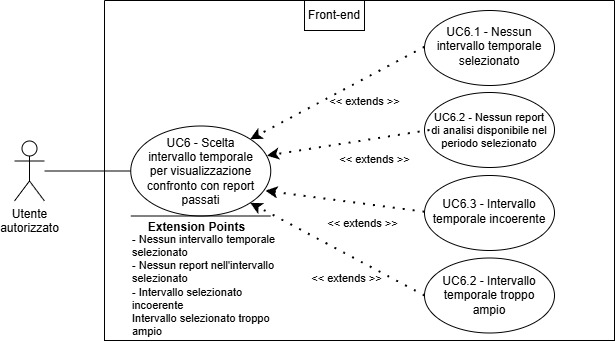
Above: assets/diagrams/UC6.png in SkarabGroup/DocumentazioneProgetto (draw.io), before the change. Source tidied: cells renumbered, new cells last; positions are measured from the earlier drawing's top-left corner, leaving out a move shared by most shapes.
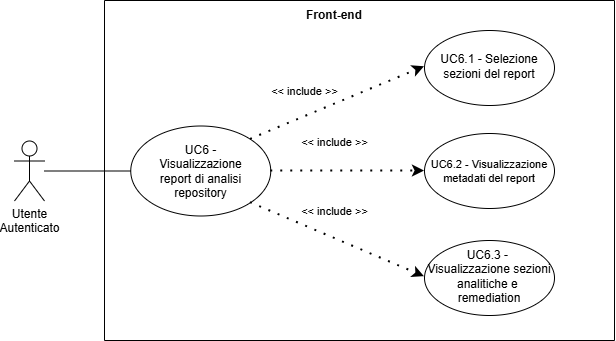
The same diagram one commit later.

What changed in the source:
```diff
@@ -2,7 +2,7 @@
   <root>
     <mxCell id="0" />
     <mxCell id="1" parent="0" />
-    <mxCell id="2" value="Utente&lt;div&gt;autorizzato&lt;/div&gt;" style="shape=umlActor;verticalLabelPosition=bottom;verticalAlign=top;html=1;outlineConnect=0;align=center;" parent="1" vertex="1">
+    <mxCell id="2" value="Utente&lt;div&gt;Autenticato&lt;/div&gt;" style="shape=umlActor;verticalLabelPosition=bottom;verticalAlign=top;html=1;outlineConnect=0;align=center;" parent="1" vertex="1">
       <mxGeometry y="140.5" width="30" height="60" as="geometry" />
     </mxCell>
     <mxCell id="3" style="swimlane;startSize=0;" parent="1" vertex="1">
@@ -11,64 +11,43 @@
     <mxCell id="4" style="ellipse;whiteSpace=wrap;html=1;" parent="3" vertex="1">
       <mxGeometry x="26.2" y="125.5" width="140" height="90" as="geometry" />
     </mxCell>
-    <mxCell id="5" value="&lt;div style=&quot;&quot;&gt;&lt;span style=&quot;background-color: transparent; color: light-dark(rgb(0, 0, 0), rgb(255, 255, 255));&quot;&gt;UC6 - Scelta intervallo temporale per visualizzazione confronto con report passati&lt;/span&gt;&lt;/div&gt;" style="text;html=1;align=center;verticalAlign=middle;whiteSpace=wrap;rounded=0;" parent="3" vertex="1">
+    <mxCell id="5" value="&lt;div style=&quot;&quot;&gt;&lt;span style=&quot;background-color: transparent; color: light-dark(rgb(0, 0, 0), rgb(255, 255, 255));&quot;&gt;UC6 - Visualizzazione report di analisi repository&lt;/span&gt;&lt;/div&gt;" style="text;html=1;align=center;verticalAlign=middle;whiteSpace=wrap;rounded=0;" parent="3" vertex="1">
       <mxGeometry x="38.8" y="135.5" width="115" height="70" as="geometry" />
     </mxCell>
-    <mxCell id="6" style="endArrow=none;html=1;rounded=0;" parent="3" edge="1">
-      <mxGeometry relative="1" as="geometry">
-        <mxPoint x="26.2" y="215.5" as="sourcePoint" />
-        <mxPoint x="166.2" y="215.5" as="targetPoint" />
-      </mxGeometry>
-    </mxCell>
-    <mxCell id="7" value="&lt;b&gt;&lt;font style=&quot;font-size: 12px;&quot;&gt;Extension Points&lt;/font&gt;&lt;/b&gt;" style="edgeLabel;html=1;align=center;verticalAlign=middle;" parent="6" vertex="1">
-      <mxGeometry x="0.65" relative="1" as="geometry">
-        <mxPoint x="-50" y="11" as="offset" />
-      </mxGeometry>
-    </mxCell>
-    <mxCell id="8" value="&lt;font&gt;- Nessun intervallo temporale selezionato&lt;/font&gt;&lt;div&gt;&lt;font&gt;- Nessun report nell'intervallo selezionato&lt;/font&gt;&lt;/div&gt;&lt;div&gt;&lt;font&gt;- Intervallo selezionato incoerente&lt;/font&gt;&lt;/div&gt;&lt;div&gt;&lt;font&gt;Intervallo selezionato troppo ampio&lt;/font&gt;&lt;/div&gt;" style="text;html=1;align=left;verticalAlign=middle;whiteSpace=wrap;rounded=0;fontSize=11;" parent="3" vertex="1">
-      <mxGeometry x="26.2" y="270" width="163.8" height="30" as="geometry" />
-    </mxCell>
-    <mxCell id="9" value="&amp;lt;&amp;lt; extends &amp;gt;&amp;gt;" style="endArrow=classic;startArrow=none;endFill=1;startFill=0;html=1;verticalAlign=bottom;dashed=1;labelBackgroundColor=none;rounded=0;dashPattern=1 4;curved=0;endSize=6;strokeWidth=2;entryX=1;entryY=0;entryDx=0;entryDy=0;exitX=0;exitY=0.5;exitDx=0;exitDy=0;" parent="3" edge="1" source="12" target="4">
-      <mxGeometry x="-0.16" y="28" relative="1" as="geometry" />
+    <mxCell id="9" value="&amp;lt;&amp;lt; include &amp;gt;&amp;gt;" style="endArrow=classic;startArrow=none;endFill=1;startFill=0;html=1;verticalAlign=bottom;dashed=1;labelBackgroundColor=none;rounded=0;dashPattern=1 4;curved=0;endSize=6;strokeWidth=2;exitX=1;exitY=0;exitDx=0;exitDy=0;entryX=0;entryY=0.5;entryDx=0;entryDy=0;" parent="3" edge="1" source="4" target="12">
+      <mxGeometry x="-0.31" y="15" relative="1" as="geometry" />
     </mxCell>
-    <mxCell id="10" value="Front-end" style="text;html=1;align=center;verticalAlign=middle;whiteSpace=wrap;rounded=0;strokeColor=default;perimeterSpacing=1;" parent="3" vertex="1">
+    <mxCell id="10" value="Front-end" style="text;html=1;align=center;verticalAlign=middle;whiteSpace=wrap;rounded=0;strokeColor=none;perimeterSpacing=1;fontStyle=1;" parent="3" vertex="1">
       <mxGeometry x="200" width="60" height="30" as="geometry" />
     </mxCell>
     <mxCell id="11" style="ellipse;whiteSpace=wrap;html=1;" parent="3" vertex="1">
-      <mxGeometry x="320" y="10" width="130" height="75" as="geometry" />
+      <mxGeometry x="320" y="30" width="130" height="75" as="geometry" />
     </mxCell>
-    <mxCell id="12" value="UC6.1 - Nessun intervallo temporale selezionato" style="text;html=1;align=center;verticalAlign=middle;whiteSpace=wrap;rounded=0;" parent="3" vertex="1">
-      <mxGeometry x="320" y="11.2" width="130" height="70" as="geometry" />
+    <mxCell id="12" value="UC6.1 - Selezione sezioni del report" style="text;html=1;align=center;verticalAlign=middle;whiteSpace=wrap;rounded=0;" parent="3" vertex="1">
+      <mxGeometry x="320" y="31.2" width="130" height="70" as="geometry" />
     </mxCell>
-    <mxCell id="13" style="endArrow=none;html=1;rounded=0;entryX=0;entryY=0.5;entryDx=0;entryDy=0;" parent="1" edge="1" source="2" target="4">
-      <mxGeometry relative="1" as="geometry" />
-    </mxCell>
-    <mxCell id="14" style="ellipse;whiteSpace=wrap;html=1;" parent="1" vertex="1">
-      <mxGeometry x="410" y="175" width="130" height="75" as="geometry" />
+    <mxCell id="14" style="ellipse;whiteSpace=wrap;html=1;" parent="3" vertex="1">
+      <mxGeometry x="320" y="240" width="130" height="75" as="geometry" />
     </mxCell>
-    <mxCell id="15" value="UC6.3 - Intervallo temporale incoerente" style="text;html=1;align=center;verticalAlign=middle;whiteSpace=wrap;rounded=0;" parent="1" vertex="1">
-      <mxGeometry x="410" y="176.2" width="130" height="70" as="geometry" />
+    <mxCell id="15" value="UC6.3 -&amp;nbsp;&lt;div&gt;&lt;span style=&quot;background-color: transparent; color: light-dark(rgb(0, 0, 0), rgb(255, 255, 255));&quot;&gt;Visualizzazione sezioni analitiche e&amp;nbsp;&lt;/span&gt;&lt;/div&gt;&lt;div&gt;&lt;span style=&quot;background-color: transparent; color: light-dark(rgb(0, 0, 0), rgb(255, 255, 255));&quot;&gt;remediation&lt;/span&gt;&lt;/div&gt;" style="text;html=1;align=center;verticalAlign=middle;whiteSpace=wrap;rounded=0;" parent="3" vertex="1">
+      <mxGeometry x="320" y="241.2" width="130" height="70" as="geometry" />
     </mxCell>
+    <mxCell id="21" value="&amp;lt;&amp;lt; include &amp;gt;&amp;gt;" style="endArrow=classic;startArrow=none;endFill=1;startFill=0;html=1;verticalAlign=bottom;dashed=1;labelBackgroundColor=none;rounded=0;dashPattern=1 4;curved=0;endSize=6;strokeWidth=2;exitX=1;exitY=1;exitDx=0;exitDy=0;entryX=0;entryY=0.5;entryDx=0;entryDy=0;" parent="3" edge="1" source="4" target="15">
+      <mxGeometry x="-0.11" y="16" relative="1" as="geometry" />
+    </mxCell>
-    <mxCell id="16" style="ellipse;whiteSpace=wrap;html=1;" parent="1" vertex="1">
-      <mxGeometry x="410" y="92" width="130" height="75" as="geometry" />
+    <mxCell id="16" style="ellipse;whiteSpace=wrap;html=1;" parent="3" vertex="1">
+      <mxGeometry x="320" y="133" width="130" height="75" as="geometry" />
     </mxCell>
-    <mxCell id="17" value="UC6.2 - Nessun report di analisi disponibile nel periodo selezionato" style="text;html=1;align=center;verticalAlign=middle;whiteSpace=wrap;rounded=0;fontSize=11;" parent="1" vertex="1">
-      <mxGeometry x="415" y="97.9" width="120" height="63.2" as="geometry" />
+    <mxCell id="17" value="UC6.2 - Visualizzazione metadati del report" style="text;html=1;align=center;verticalAlign=middle;whiteSpace=wrap;rounded=0;fontSize=11;" parent="3" vertex="1">
+      <mxGeometry x="325" y="138.9" width="120" height="63.2" as="geometry" />
     </mxCell>
-    <mxCell id="18" style="ellipse;whiteSpace=wrap;html=1;" parent="1" vertex="1">
-      <mxGeometry x="410" y="257.5" width="130" height="75" as="geometry" />
-    </mxCell>
-    <mxCell id="19" value="UC6.2 - Intervallo temporale troppo ampio" style="text;html=1;align=center;verticalAlign=middle;whiteSpace=wrap;rounded=0;" parent="1" vertex="1">
-      <mxGeometry x="415" y="260" width="120" height="70" as="geometry" />
-    </mxCell>
-    <mxCell id="20" value="&amp;lt;&amp;lt; extends &amp;gt;&amp;gt;" style="endArrow=classic;startArrow=none;endFill=1;startFill=0;html=1;verticalAlign=bottom;dashed=1;labelBackgroundColor=none;rounded=0;dashPattern=1 4;curved=0;endSize=6;strokeWidth=2;entryX=1;entryY=1;entryDx=0;entryDy=0;exitX=0;exitY=0.5;exitDx=0;exitDy=0;" parent="1" edge="1" source="18" target="4">
-      <mxGeometry x="-0.27" y="29" relative="1" as="geometry" />
-    </mxCell>
-    <mxCell id="21" value="&amp;lt;&amp;lt; extends &amp;gt;&amp;gt;" style="endArrow=classic;startArrow=none;endFill=1;startFill=0;html=1;verticalAlign=bottom;dashed=1;labelBackgroundColor=none;rounded=0;dashPattern=1 4;curved=0;endSize=6;strokeWidth=2;entryX=0.962;entryY=0.719;entryDx=0;entryDy=0;exitX=0;exitY=0.5;exitDx=0;exitDy=0;entryPerimeter=0;" parent="1" edge="1" source="15" target="4">
-      <mxGeometry x="-0.27" y="29" relative="1" as="geometry" />
-    </mxCell>
-    <mxCell id="22" value="&amp;lt;&amp;lt; extends &amp;gt;&amp;gt;" style="endArrow=classic;startArrow=none;endFill=1;startFill=0;html=1;verticalAlign=bottom;dashed=1;labelBackgroundColor=none;rounded=0;dashPattern=1 4;curved=0;endSize=6;strokeWidth=2;entryX=0.973;entryY=0.328;entryDx=0;entryDy=0;exitX=0;exitY=0.5;exitDx=0;exitDy=0;entryPerimeter=0;" parent="1" edge="1" source="17" target="4">
-      <mxGeometry x="-0.27" y="29" relative="1" as="geometry" />
+    <mxCell id="22" value="&amp;lt;&amp;lt; include &amp;gt;&amp;gt;" style="endArrow=classic;startArrow=none;endFill=1;startFill=0;html=1;verticalAlign=bottom;dashed=1;labelBackgroundColor=none;rounded=0;dashPattern=1 4;curved=0;endSize=6;strokeWidth=2;entryX=0;entryY=0.5;entryDx=0;entryDy=0;exitX=1;exitY=0.5;exitDx=0;exitDy=0;" parent="3" edge="1" source="4" target="16">
+      <mxGeometry x="-0.17" y="21" relative="1" as="geometry">
+        <mxPoint y="1" as="offset" />
+      </mxGeometry>
     </mxCell>
+    <mxCell id="13" style="endArrow=none;html=1;rounded=0;entryX=0;entryY=0.5;entryDx=0;entryDy=0;" parent="1" edge="1" source="2" target="4">
+      <mxGeometry relative="1" as="geometry" />
+    </mxCell>
   </root>
 </mxGraphModel>
```
